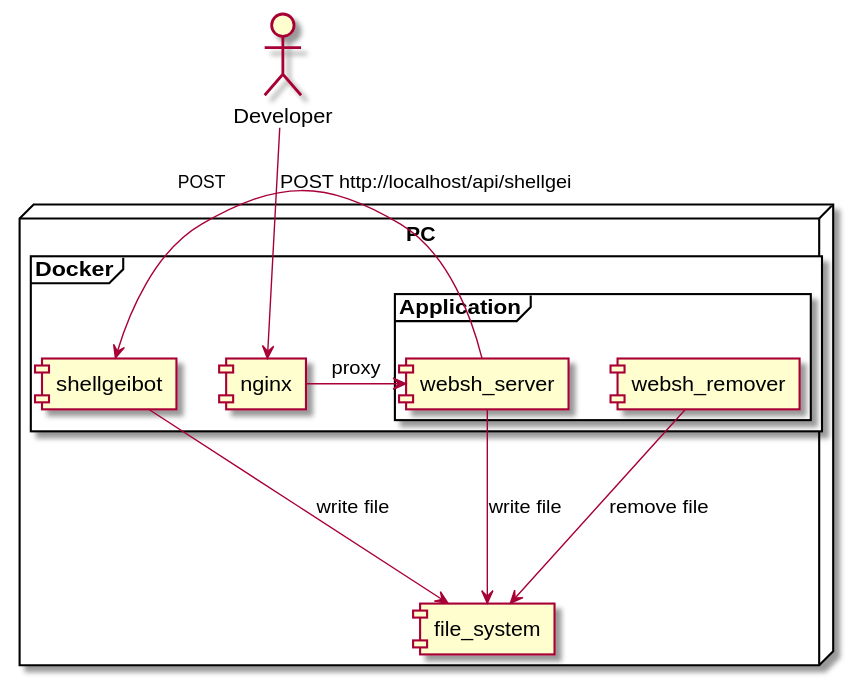
Before: docs/local.svg, a diagram exported from PlantUML (jiro4989/websh).
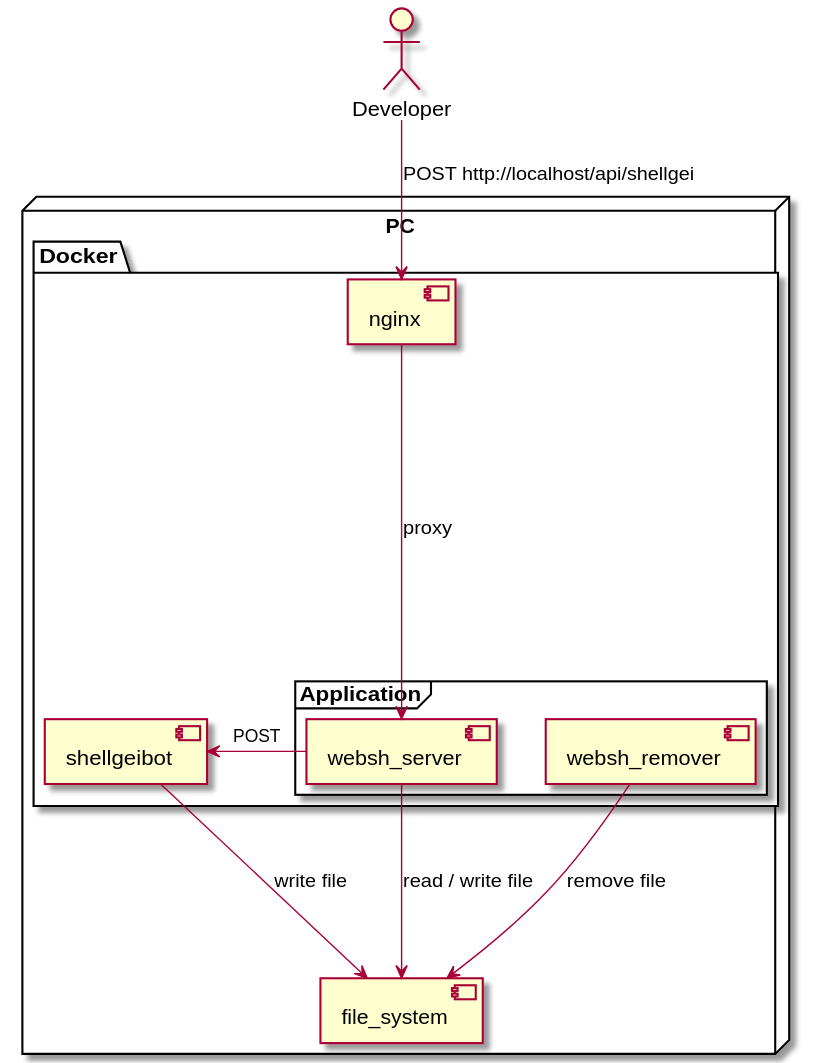
After the change.

Commit message:
chore: ローカル環境のSVGを更新

The edit, as a diff of the source:
```diff
@@ -2,7 +2,7 @@
 actor Developer as dev
 
 node PC {
-  frame Docker {
+  package Docker {
     [nginx] as nginx
     frame Application {
       [websh_server] as server
@@ -14,9 +14,9 @@
 }
 
 dev -down-> nginx : POST http://localhost/api/shellgei
-nginx -> server : proxy
-server -> bot : POST
-server -down-> fs : write file
+nginx -down-> server : proxy
+server -left-> bot : POST
+server -down-> fs : read / write file
 bot -> fs : write file
 remover -> fs : remove file
 @enduml
```
